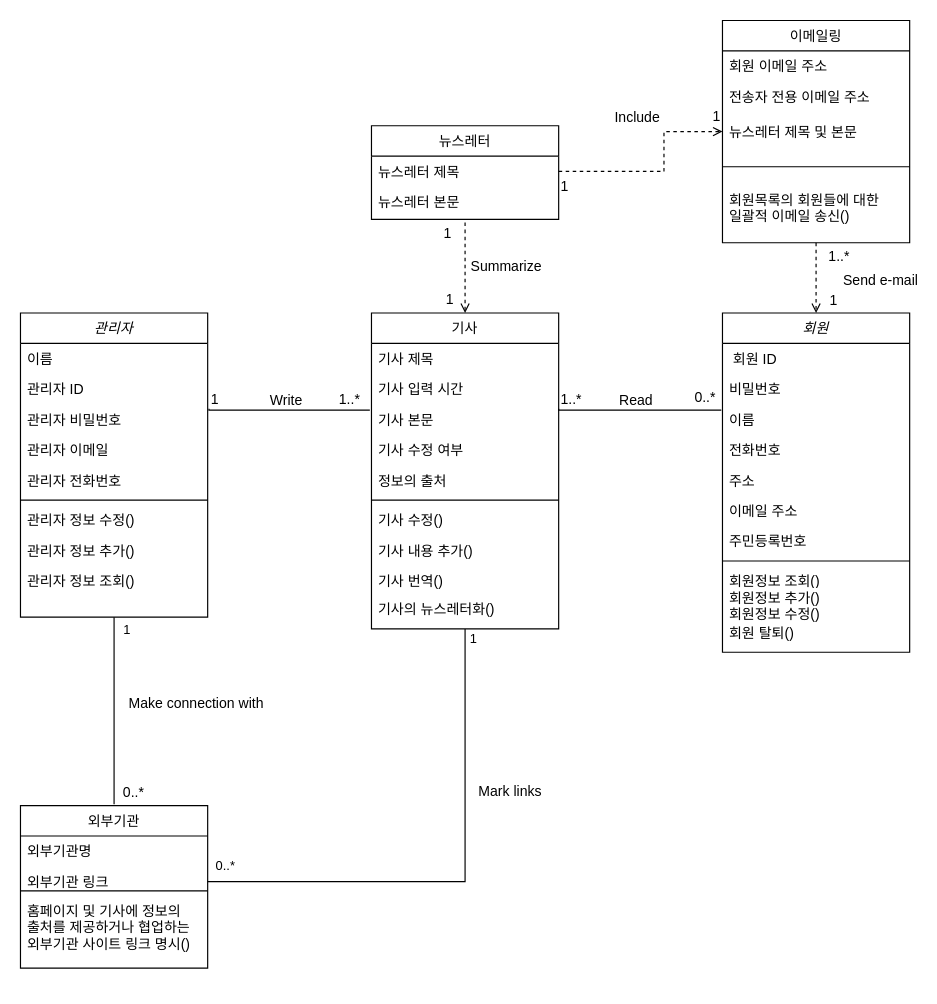
The draw.io diagram Untitled Diagram.drawio in YHdoc/Merge-of-former-works, before the edit. Source tidied: cells renumbered, new cells numbered last; positions are measured from the earlier drawing's top-left corner, leaving out a move shared by most shapes. Both pictures are drawn from the tidied source at 117%, with x=0, y=0 at pixel (20, 20).
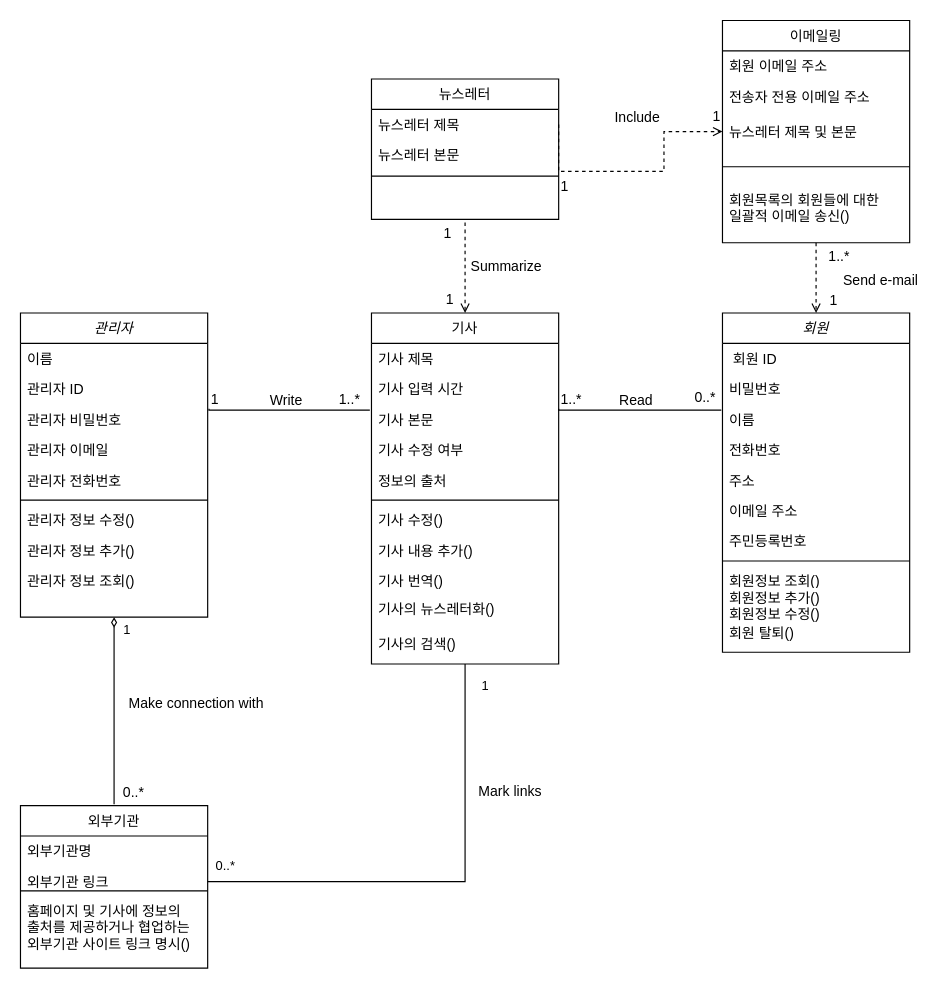
After the change.

Unchanged cells that the change refers to:
```xml
<mxCell id="41" value="관리자" style="swimlane;fontStyle=2;align=center;verticalAlign=top;horizontal=1;startSize=26;rounded=0;shadow=0;strokeWidth=1;" parent="1" vertex="1">
  <mxGeometry y="250" width="160" height="260" as="geometry" />
</mxCell>
```

What changed in the source:
```diff
@@
     <mxCell id="24" value="기사" style="swimlane;fontStyle=0;align=center;verticalAlign=top;horizontal=1;startSize=26;rounded=0;shadow=0;strokeWidth=1;" parent="1" vertex="1">
-      <mxGeometry x="300" y="250" width="160" height="270" as="geometry" />
+      <mxGeometry x="300" y="250" width="160" height="300" as="geometry" />
     </mxCell>
@@
-    <mxCell id="39" style="edgeStyle=orthogonalEdgeStyle;rounded=0;jettySize=auto;html=1;exitX=0.5;exitY=1;exitDx=0;exitDy=0;endArrow=none;endFill=0;" parent="1" edge="1" source="41">
+    <mxCell id="39" style="edgeStyle=orthogonalEdgeStyle;rounded=0;jettySize=auto;html=1;exitX=0.5;exitY=1;exitDx=0;exitDy=0;endArrow=none;endFill=0;startArrow=diamondThin;startFill=0;targetPerimeterSpacing=0;endSize=5;" parent="1" edge="1" source="41">
       <mxGeometry relative="1" as="geometry">
         <mxPoint x="80" y="670" as="targetPoint" />
         <Array as="points">
           <mxPoint x="80" y="650" />
           <mxPoint x="80" y="650" />
         </Array>
       </mxGeometry>
     </mxCell>
@@
     <mxCell id="52" value="뉴스레터" style="swimlane;fontStyle=0;align=center;verticalAlign=top;horizontal=1;startSize=26;rounded=0;shadow=0;strokeWidth=1;" parent="1" vertex="1">
-      <mxGeometry x="300" y="90" width="160" height="80" as="geometry" />
+      <mxGeometry x="300" y="50" width="160" height="120" as="geometry" />
     </mxCell>
@@
+    <mxCell id="78" style="line;html=1;strokeWidth=1;align=left;verticalAlign=middle;spacingTop=-1;spacingLeft=3;spacingRight=3;labelPosition=right;" parent="52" vertex="1">
+      <mxGeometry y="78" width="160" height="10" as="geometry" />
+    </mxCell>
@@
     <mxCell id="76" value="1" style="edgeLabel;html=1;align=center;verticalAlign=middle;" parent="1" vertex="1">
-      <mxGeometry x="100" y="530.5" as="geometry">
+      <mxGeometry x="110" y="570" as="geometry">
         <mxPoint x="286" y="-2" as="offset" />
       </mxGeometry>
     </mxCell>
@@
+    <mxCell id="79" value="기사의 검색()" style="text;align=left;verticalAlign=top;spacingLeft=4;spacingRight=4;overflow=hidden;" parent="1" vertex="1">
+      <mxGeometry x="300" y="520" width="160" height="24" as="geometry" />
+    </mxCell>
```
